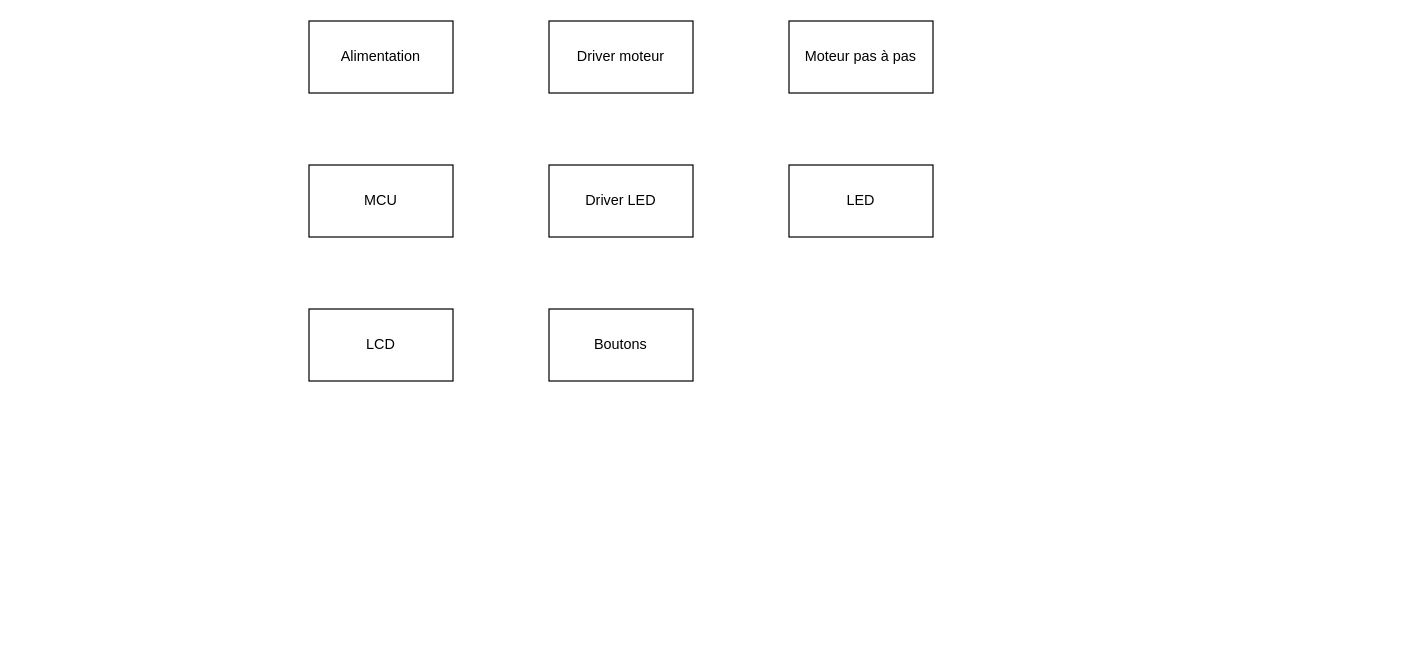
The draw.io diagram doc/Diagrammes/SchemaBlocDetaille.drawio in Belprot/2309_AutomatisationPriseImageRTI, before the edit. Source tidied: cells renumbered, new cells numbered last; positions are measured from the earlier drawing's top-left corner, leaving out a move shared by most shapes. Both pictures are drawn from the tidied source at 120%, with x=0, y=0 at pixel (308, 20).
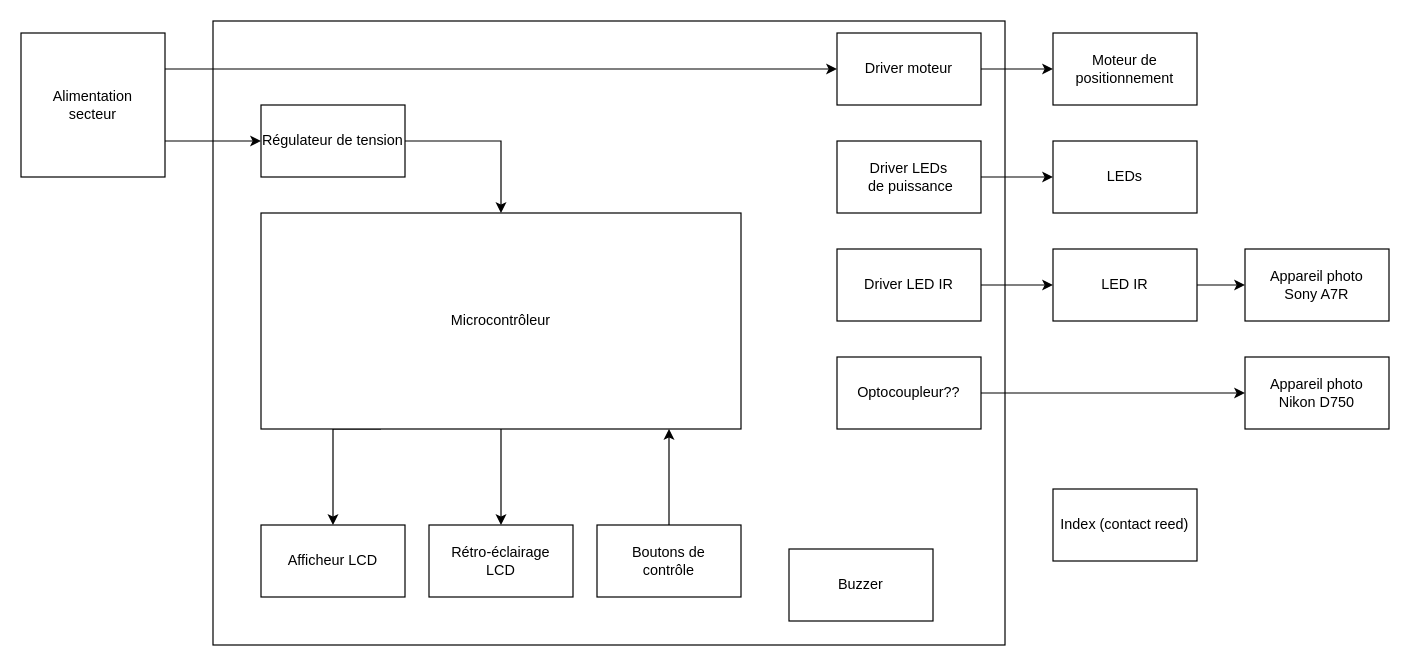
The same page after the edit.

What changed in the source:
```diff
@@
-    <mxCell id="2" value="&lt;div&gt;MCU&lt;/div&gt;" style="rounded=0;whiteSpace=wrap;html=1;" parent="1" vertex="1">
-      <mxGeometry y="120" width="120" height="60" as="geometry" />
+    <mxCell id="2" style="rounded=0;whiteSpace=wrap;html=1;" parent="1" vertex="1">
+      <mxGeometry x="-80" width="660" height="520" as="geometry" />
     </mxCell>
+    <mxCell id="10" style="edgeStyle=orthogonalEdgeStyle;rounded=0;jettySize=auto;html=1;entryX=0;entryY=0.5;entryDx=0;entryDy=0;" parent="1" edge="1" source="3" target="4">
+      <mxGeometry relative="1" as="geometry" />
+    </mxCell>
-    <mxCell id="3" value="&lt;div&gt;Driver LED&lt;/div&gt;" style="rounded=0;whiteSpace=wrap;html=1;" parent="1" vertex="1">
-      <mxGeometry x="200" y="120" width="120" height="60" as="geometry" />
+    <mxCell id="3" value="&lt;div&gt;Driver LEDs&lt;/div&gt;&amp;nbsp;de puissance" style="rounded=0;whiteSpace=wrap;html=1;" parent="1" vertex="1">
+      <mxGeometry x="440" y="100" width="120" height="60" as="geometry" />
     </mxCell>
-    <mxCell id="4" value="LED" style="rounded=0;whiteSpace=wrap;html=1;" parent="1" vertex="1">
-      <mxGeometry x="400" y="120" width="120" height="60" as="geometry" />
+    <mxCell id="4" value="LEDs" style="rounded=0;whiteSpace=wrap;html=1;" parent="1" vertex="1">
+      <mxGeometry x="620" y="100" width="120" height="60" as="geometry" />
     </mxCell>
+    <mxCell id="11" style="edgeStyle=orthogonalEdgeStyle;rounded=0;jettySize=auto;html=1;exitX=1;exitY=0.25;exitDx=0;exitDy=0;entryX=0;entryY=0.5;entryDx=0;entryDy=0;" parent="1" edge="1" source="5" target="6">
+      <mxGeometry relative="1" as="geometry" />
+    </mxCell>
+    <mxCell id="12" style="edgeStyle=orthogonalEdgeStyle;rounded=0;jettySize=auto;html=1;exitX=1;exitY=0.75;exitDx=0;exitDy=0;entryX=0;entryY=0.5;entryDx=0;entryDy=0;" parent="1" edge="1" source="5" target="16">
+      <mxGeometry relative="1" as="geometry" />
+    </mxCell>
-    <mxCell id="5" value="&lt;div&gt;Alimentation&lt;/div&gt;" style="rounded=0;whiteSpace=wrap;html=1;" parent="1" vertex="1">
-      <mxGeometry width="120" height="60" as="geometry" />
+    <mxCell id="5" value="&lt;div&gt;Alimentation &lt;br&gt;&lt;/div&gt;&lt;div&gt;secteur&lt;/div&gt;" style="rounded=0;whiteSpace=wrap;html=1;" parent="1" vertex="1">
+      <mxGeometry x="-240" y="10" width="120" height="120" as="geometry" />
     </mxCell>
+    <mxCell id="13" style="edgeStyle=orthogonalEdgeStyle;rounded=0;jettySize=auto;html=1;exitX=1;exitY=0.5;exitDx=0;exitDy=0;entryX=0;entryY=0.5;entryDx=0;entryDy=0;" parent="1" edge="1" source="6" target="7">
+      <mxGeometry relative="1" as="geometry" />
+    </mxCell>
     <mxCell id="6" value="Driver moteur" style="rounded=0;whiteSpace=wrap;html=1;" parent="1" vertex="1">
-      <mxGeometry x="200" width="120" height="60" as="geometry" />
+      <mxGeometry x="440" y="10" width="120" height="60" as="geometry" />
     </mxCell>
-    <mxCell id="7" value="Moteur pas à pas" style="rounded=0;whiteSpace=wrap;html=1;" parent="1" vertex="1">
-      <mxGeometry x="400" width="120" height="60" as="geometry" />
+    <mxCell id="7" value="Moteur de positionnement" style="rounded=0;whiteSpace=wrap;html=1;" parent="1" vertex="1">
+      <mxGeometry x="620" y="10" width="120" height="60" as="geometry" />
     </mxCell>
-    <mxCell id="8" value="LCD" style="rounded=0;whiteSpace=wrap;html=1;" parent="1" vertex="1">
-      <mxGeometry y="240" width="120" height="60" as="geometry" />
+    <mxCell id="8" value="Afficheur LCD" style="rounded=0;whiteSpace=wrap;html=1;" parent="1" vertex="1">
+      <mxGeometry x="-40" y="420" width="120" height="60" as="geometry" />
     </mxCell>
+    <mxCell id="14" style="edgeStyle=orthogonalEdgeStyle;rounded=0;jettySize=auto;html=1;" parent="1" edge="1" source="9">
+      <mxGeometry relative="1" as="geometry">
+        <mxPoint x="300" y="340" as="targetPoint" />
+        <Array as="points">
+          <mxPoint x="300" y="340" />
+        </Array>
+      </mxGeometry>
+    </mxCell>
-    <mxCell id="9" value="Boutons" style="rounded=0;whiteSpace=wrap;html=1;" parent="1" vertex="1">
-      <mxGeometry x="200" y="240" width="120" height="60" as="geometry" />
+    <mxCell id="9" value="&lt;div&gt;Boutons de &lt;br&gt;&lt;/div&gt;&lt;div&gt;contrôle&lt;/div&gt;" style="rounded=0;whiteSpace=wrap;html=1;" parent="1" vertex="1">
+      <mxGeometry x="240" y="420" width="120" height="60" as="geometry" />
     </mxCell>
+    <mxCell id="15" style="edgeStyle=orthogonalEdgeStyle;rounded=0;jettySize=auto;html=1;exitX=1;exitY=0.5;exitDx=0;exitDy=0;" parent="1" edge="1" source="16" target="26">
+      <mxGeometry relative="1" as="geometry" />
+    </mxCell>
+    <mxCell id="16" value="Régulateur de tension" style="rounded=0;whiteSpace=wrap;html=1;" parent="1" vertex="1">
+      <mxGeometry x="-40" y="70" width="120" height="60" as="geometry" />
+    </mxCell>
+    <mxCell id="17" style="edgeStyle=orthogonalEdgeStyle;rounded=0;jettySize=auto;html=1;entryX=0;entryY=0.5;entryDx=0;entryDy=0;" parent="1" edge="1" source="18" target="23">
+      <mxGeometry relative="1" as="geometry" />
+    </mxCell>
+    <mxCell id="18" value="LED IR" style="rounded=0;whiteSpace=wrap;html=1;" parent="1" vertex="1">
+      <mxGeometry x="620" y="190" width="120" height="60" as="geometry" />
+    </mxCell>
+    <mxCell id="19" style="edgeStyle=orthogonalEdgeStyle;rounded=0;jettySize=auto;html=1;exitX=1;exitY=0.5;exitDx=0;exitDy=0;entryX=0;entryY=0.5;entryDx=0;entryDy=0;" parent="1" edge="1" source="20" target="18">
+      <mxGeometry relative="1" as="geometry" />
+    </mxCell>
+    <mxCell id="20" value="&lt;div&gt;Driver LED IR&lt;br&gt;&lt;/div&gt;" style="rounded=0;whiteSpace=wrap;html=1;" parent="1" vertex="1">
+      <mxGeometry x="440" y="190" width="120" height="60" as="geometry" />
+    </mxCell>
+    <mxCell id="21" value="&lt;div&gt;Rétro-éclairage&lt;br&gt;&lt;/div&gt;&lt;div&gt;LCD&lt;/div&gt;" style="rounded=0;whiteSpace=wrap;html=1;" parent="1" vertex="1">
+      <mxGeometry x="100" y="420" width="120" height="60" as="geometry" />
+    </mxCell>
+    <mxCell id="22" value="&lt;div&gt;Appareil photo&lt;br&gt;&lt;/div&gt;&lt;div&gt;Nikon D750&lt;br&gt;&lt;/div&gt;" style="rounded=0;whiteSpace=wrap;html=1;" parent="1" vertex="1">
+      <mxGeometry x="780" y="280" width="120" height="60" as="geometry" />
+    </mxCell>
+    <mxCell id="23" value="&lt;div&gt;Appareil photo&lt;br&gt;&lt;/div&gt;&lt;div&gt;Sony A7R&lt;br&gt;&lt;/div&gt;" style="rounded=0;whiteSpace=wrap;html=1;" parent="1" vertex="1">
+      <mxGeometry x="780" y="190" width="120" height="60" as="geometry" />
+    </mxCell>
+    <mxCell id="24" style="edgeStyle=orthogonalEdgeStyle;rounded=0;jettySize=auto;html=1;entryX=0.5;entryY=0;entryDx=0;entryDy=0;" parent="1" edge="1" source="26" target="21">
+      <mxGeometry relative="1" as="geometry" />
+    </mxCell>
+    <mxCell id="25" style="edgeStyle=orthogonalEdgeStyle;rounded=0;jettySize=auto;html=1;exitX=0.25;exitY=1;exitDx=0;exitDy=0;entryX=0.5;entryY=0;entryDx=0;entryDy=0;" parent="1" edge="1" source="26" target="8">
+      <mxGeometry relative="1" as="geometry">
+        <Array as="points">
+          <mxPoint x="20" y="340" />
+        </Array>
+      </mxGeometry>
+    </mxCell>
+    <mxCell id="26" value="Microcontrôleur" style="rounded=0;whiteSpace=wrap;html=1;" parent="1" vertex="1">
+      <mxGeometry x="-40" y="160" width="400" height="180" as="geometry" />
+    </mxCell>
+    <mxCell id="27" style="edgeStyle=orthogonalEdgeStyle;rounded=0;jettySize=auto;html=1;entryX=0;entryY=0.5;entryDx=0;entryDy=0;" parent="1" edge="1" source="28" target="22">
+      <mxGeometry relative="1" as="geometry" />
+    </mxCell>
+    <mxCell id="28" value="Optocoupleur??" style="rounded=0;whiteSpace=wrap;html=1;" parent="1" vertex="1">
+      <mxGeometry x="440" y="280" width="120" height="60" as="geometry" />
+    </mxCell>
+    <mxCell id="29" value="Index (contact reed)" style="rounded=0;whiteSpace=wrap;html=1;" parent="1" vertex="1">
+      <mxGeometry x="620" y="390" width="120" height="60" as="geometry" />
+    </mxCell>
+    <mxCell id="30" value="Buzzer" style="rounded=0;whiteSpace=wrap;html=1;" parent="1" vertex="1">
+      <mxGeometry x="400" y="440" width="120" height="60" as="geometry" />
+    </mxCell>
```
